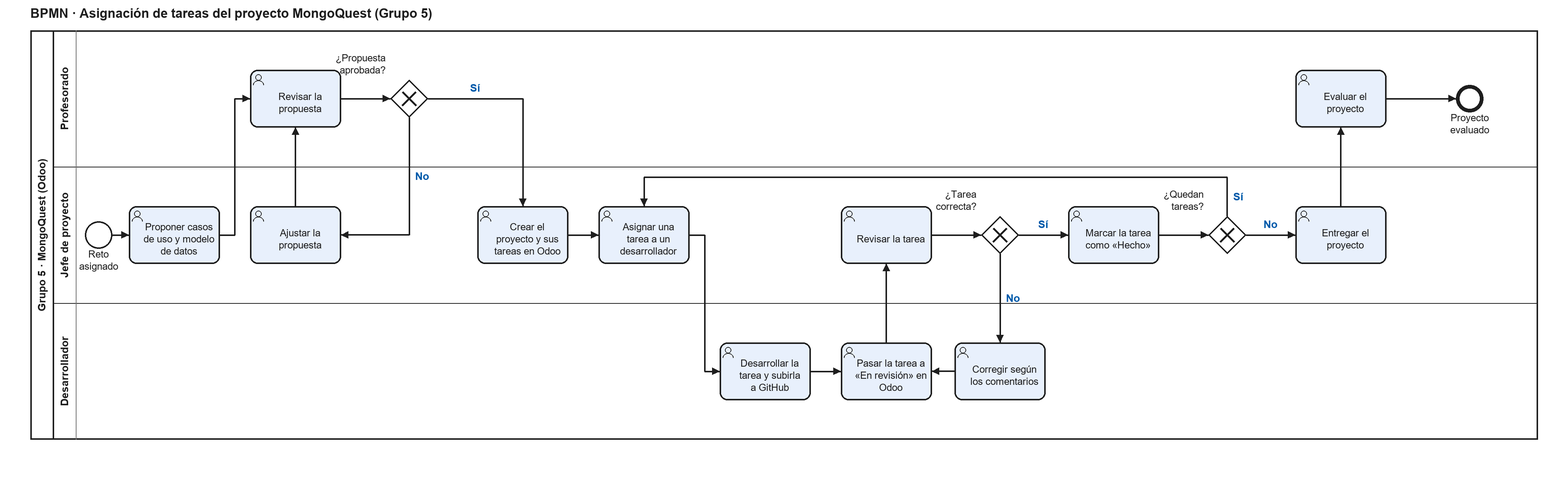
asiertartanga123-star/MongoQuestGrupo5 keeps this BPMN diagram as Documentos/Diagramas/2.6_BPMN_asignacion_tareas.png. Above is the earlier version. Its source is kept beside it as MongoQuest/docs/2.6_BPMN_asignacion_tareas.bpmn. Ids are renumbered.
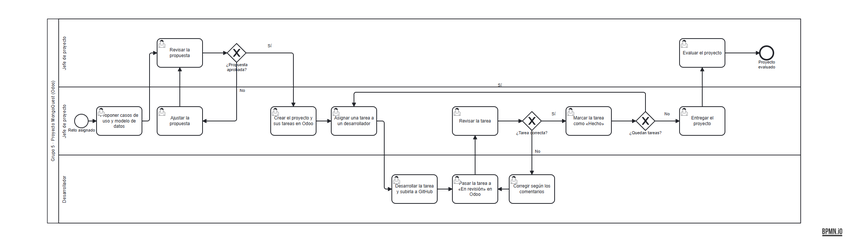
The same file after the commit.

The edit, as a diff of the source:
```diff
@@ -1,14 +1,13 @@
-<definitions xmlns="http://www.omg.org/spec/BPMN/20100524/MODEL" xmlns:bpmndi="http://www.omg.org/spec/BPMN/20100524/DI" xmlns:dc="http://www.omg.org/spec/DD/20100524/DC" xmlns:di="http://www.omg.org/spec/DD/20100524/DI" id="Defs_MongoQuest" targetNamespace="http://tolotologym.mongoquest/bpmn">
+<definitions xmlns="http://www.omg.org/spec/BPMN/20100524/MODEL" xmlns:bpmndi="http://www.omg.org/spec/BPMN/20100524/DI" xmlns:dc="http://www.omg.org/spec/DD/20100524/DC" xmlns:di="http://www.omg.org/spec/DD/20100524/DI" id="Defs_MongoQuest" targetNamespace="http://tolotologym.mongoquest/bpmn" exporter="bpmn-js (https://demo.bpmn.io)" exporterVersion="18.33.0">
   <collaboration id="Collab_1">
     <participant id="Pool_1" name="Grupo 5 · Proyecto MongoQuest (Odoo)" processRef="Proceso_AsignacionTareas" />
   </collaboration>
   <process id="Proceso_AsignacionTareas" name="Asignación de tareas del proyecto MongoQuest" isExecutable="false">
     <laneSet id="LaneSet_1">
-      <lane id="Lane_Prof" name="Profesorado">
-        <flowNodeRef>T_RevisarProp</flowNodeRef>
-        <flowNodeRef>G_Aprobada</flowNodeRef>
-        <flowNodeRef>T_Evaluar</flowNodeRef>
-        <flowNodeRef>End</flowNodeRef>
+      <lane id="Lane_Dev" name="Desarrollador">
+        <flowNodeRef>T_Desarrollar</flowNodeRef>
+        <flowNodeRef>T_EnRevision</flowNodeRef>
+        <flowNodeRef>T_Corregir</flowNodeRef>
       </lane>
       <lane id="Lane_JP" name="Jefe de proyecto">
         <flowNodeRef>Start</flowNodeRef>
@@ -22,10 +21,11 @@
         <flowNodeRef>G_Quedan</flowNodeRef>
         <flowNodeRef>T_Entregar</flowNodeRef>
       </lane>
-      <lane id="Lane_Dev" name="Desarrollador">
-        <flowNodeRef>T_Desarrollar</flowNodeRef>
-        <flowNodeRef>T_EnRevision</flowNodeRef>
-        <flowNodeRef>T_Corregir</flowNodeRef>
+      <lane id="Lane_Prof" name="Jefe de proyecto">
+        <flowNodeRef>T_RevisarProp</flowNodeRef>
+        <flowNodeRef>G_Aprobada</flowNodeRef>
+        <flowNodeRef>T_Evaluar</flowNodeRef>
+        <flowNodeRef>End</flowNodeRef>
       </lane>
     </laneSet>
     <startEvent id="Start" name="Reto asignado">
@@ -102,66 +102,207 @@
     </endEvent>
     <sequenceFlow id="Flow_01" sourceRef="Start" targetRef="T_Proponer" />
     <sequenceFlow id="Flow_02" sourceRef="T_Proponer" targetRef="T_RevisarProp" />
+    <sequenceFlow id="Flow_05" sourceRef="T_Ajustar" targetRef="T_RevisarProp" />
     <sequenceFlow id="Flow_03" sourceRef="T_RevisarProp" targetRef="G_Aprobada" />
     <sequenceFlow id="Flow_04" name="No" sourceRef="G_Aprobada" targetRef="T_Ajustar" />
-    <sequenceFlow id="Flow_05" sourceRef="T_Ajustar" targetRef="T_RevisarProp" />
     <sequenceFlow id="Flow_06" name="Sí" sourceRef="G_Aprobada" targetRef="T_CrearOdoo" />
     <sequenceFlow id="Flow_07" sourceRef="T_CrearOdoo" targetRef="T_Asignar" />
+    <sequenceFlow id="Flow_16" name="Sí" sourceRef="G_Quedan" targetRef="T_Asignar" />
     <sequenceFlow id="Flow_08" sourceRef="T_Asignar" targetRef="T_Desarrollar" />
     <sequenceFlow id="Flow_09" sourceRef="T_Desarrollar" targetRef="T_EnRevision" />
+    <sequenceFlow id="Flow_13" sourceRef="T_Corregir" targetRef="T_EnRevision" />
     <sequenceFlow id="Flow_10" sourceRef="T_EnRevision" targetRef="T_RevisarTarea" />
     <sequenceFlow id="Flow_11" sourceRef="T_RevisarTarea" targetRef="G_Correcta" />
     <sequenceFlow id="Flow_12" name="No" sourceRef="G_Correcta" targetRef="T_Corregir" />
-    <sequenceFlow id="Flow_13" sourceRef="T_Corregir" targetRef="T_EnRevision" />
     <sequenceFlow id="Flow_14" name="Sí" sourceRef="G_Correcta" targetRef="T_Hecho" />
     <sequenceFlow id="Flow_15" sourceRef="T_Hecho" targetRef="G_Quedan" />
-    <sequenceFlow id="Flow_16" name="Sí" sourceRef="G_Quedan" targetRef="T_Asignar" />
     <sequenceFlow id="Flow_17" name="No" sourceRef="G_Quedan" targetRef="T_Entregar" />
     <sequenceFlow id="Flow_18" sourceRef="T_Entregar" targetRef="T_Evaluar" />
     <sequenceFlow id="Flow_19" sourceRef="T_Evaluar" targetRef="End" />
   </process>
   <bpmndi:BPMNDiagram id="Diagram_1">
     <bpmndi:BPMNPlane id="Plane_1" bpmnElement="Collab_1">
-      <bpmndi:BPMNShape id="Pool_1_di" bpmnElement="Pool_1" isHorizontal="true"><dc:Bounds x="40" y="40" width="1990" height="540" /></bpmndi:BPMNShape>
-      <bpmndi:BPMNShape id="Lane_Prof_di" bpmnElement="Lane_Prof" isHorizontal="true"><dc:Bounds x="70" y="40" width="1960" height="180" /></bpmndi:BPMNShape>
-      <bpmndi:BPMNShape id="Lane_JP_di" bpmnElement="Lane_JP" isHorizontal="true"><dc:Bounds x="70" y="220" width="1960" height="180" /></bpmndi:BPMNShape>
-      <bpmndi:BPMNShape id="Lane_Dev_di" bpmnElement="Lane_Dev" isHorizontal="true"><dc:Bounds x="70" y="400" width="1960" height="180" /></bpmndi:BPMNShape>
-      <bpmndi:BPMNShape id="Start_di" bpmnElement="Start"><dc:Bounds x="112" y="292" width="36" height="36" /></bpmndi:BPMNShape>
-      <bpmndi:BPMNShape id="T_Proponer_di" bpmnElement="T_Proponer"><dc:Bounds x="170" y="272" width="120" height="76" /></bpmndi:BPMNShape>
-      <bpmndi:BPMNShape id="T_RevisarProp_di" bpmnElement="T_RevisarProp"><dc:Bounds x="330" y="92" width="120" height="76" /></bpmndi:BPMNShape>
-      <bpmndi:BPMNShape id="G_Aprobada_di" bpmnElement="G_Aprobada" isMarkerVisible="true"><dc:Bounds x="515" y="105" width="50" height="50" /></bpmndi:BPMNShape>
-      <bpmndi:BPMNShape id="T_Ajustar_di" bpmnElement="T_Ajustar"><dc:Bounds x="330" y="272" width="120" height="76" /></bpmndi:BPMNShape>
-      <bpmndi:BPMNShape id="T_CrearOdoo_di" bpmnElement="T_CrearOdoo"><dc:Bounds x="630" y="272" width="120" height="76" /></bpmndi:BPMNShape>
-      <bpmndi:BPMNShape id="T_Asignar_di" bpmnElement="T_Asignar"><dc:Bounds x="790" y="272" width="120" height="76" /></bpmndi:BPMNShape>
-      <bpmndi:BPMNShape id="T_Desarrollar_di" bpmnElement="T_Desarrollar"><dc:Bounds x="950" y="452" width="120" height="76" /></bpmndi:BPMNShape>
-      <bpmndi:BPMNShape id="T_EnRevision_di" bpmnElement="T_EnRevision"><dc:Bounds x="1110" y="452" width="120" height="76" /></bpmndi:BPMNShape>
-      <bpmndi:BPMNShape id="T_RevisarTarea_di" bpmnElement="T_RevisarTarea"><dc:Bounds x="1110" y="272" width="120" height="76" /></bpmndi:BPMNShape>
-      <bpmndi:BPMNShape id="G_Correcta_di" bpmnElement="G_Correcta" isMarkerVisible="true"><dc:Bounds x="1295" y="285" width="50" height="50" /></bpmndi:BPMNShape>
-      <bpmndi:BPMNShape id="T_Corregir_di" bpmnElement="T_Corregir"><dc:Bounds x="1260" y="452" width="120" height="76" /></bpmndi:BPMNShape>
-      <bpmndi:BPMNShape id="T_Hecho_di" bpmnElement="T_Hecho"><dc:Bounds x="1410" y="272" width="120" height="76" /></bpmndi:BPMNShape>
-      <bpmndi:BPMNShape id="G_Quedan_di" bpmnElement="G_Quedan" isMarkerVisible="true"><dc:Bounds x="1595" y="285" width="50" height="50" /></bpmndi:BPMNShape>
-      <bpmndi:BPMNShape id="T_Entregar_di" bpmnElement="T_Entregar"><dc:Bounds x="1710" y="272" width="120" height="76" /></bpmndi:BPMNShape>
-      <bpmndi:BPMNShape id="T_Evaluar_di" bpmnElement="T_Evaluar"><dc:Bounds x="1710" y="92" width="120" height="76" /></bpmndi:BPMNShape>
-      <bpmndi:BPMNShape id="End_di" bpmnElement="End"><dc:Bounds x="1922" y="112" width="36" height="36" /></bpmndi:BPMNShape>
-      <bpmndi:BPMNEdge id="Flow_01_di" bpmnElement="Flow_01"><di:waypoint x="148" y="310" /><di:waypoint x="170" y="310" /></bpmndi:BPMNEdge>
-      <bpmndi:BPMNEdge id="Flow_02_di" bpmnElement="Flow_02"><di:waypoint x="290" y="310" /><di:waypoint x="310" y="310" /><di:waypoint x="310" y="130" /><di:waypoint x="330" y="130" /></bpmndi:BPMNEdge>
-      <bpmndi:BPMNEdge id="Flow_03_di" bpmnElement="Flow_03"><di:waypoint x="450" y="130" /><di:waypoint x="515" y="130" /></bpmndi:BPMNEdge>
-      <bpmndi:BPMNEdge id="Flow_04_di" bpmnElement="Flow_04"><di:waypoint x="540" y="155" /><di:waypoint x="540" y="310" /><di:waypoint x="450" y="310" /></bpmndi:BPMNEdge>
-      <bpmndi:BPMNEdge id="Flow_05_di" bpmnElement="Flow_05"><di:waypoint x="390" y="272" /><di:waypoint x="390" y="168" /></bpmndi:BPMNEdge>
-      <bpmndi:BPMNEdge id="Flow_06_di" bpmnElement="Flow_06"><di:waypoint x="565" y="130" /><di:waypoint x="690" y="130" /><di:waypoint x="690" y="272" /></bpmndi:BPMNEdge>
-      <bpmndi:BPMNEdge id="Flow_07_di" bpmnElement="Flow_07"><di:waypoint x="750" y="310" /><di:waypoint x="790" y="310" /></bpmndi:BPMNEdge>
-      <bpmndi:BPMNEdge id="Flow_08_di" bpmnElement="Flow_08"><di:waypoint x="910" y="310" /><di:waypoint x="930" y="310" /><di:waypoint x="930" y="490" /><di:waypoint x="950" y="490" /></bpmndi:BPMNEdge>
-      <bpmndi:BPMNEdge id="Flow_09_di" bpmnElement="Flow_09"><di:waypoint x="1070" y="490" /><di:waypoint x="1110" y="490" /></bpmndi:BPMNEdge>
-      <bpmndi:BPMNEdge id="Flow_10_di" bpmnElement="Flow_10"><di:waypoint x="1170" y="452" /><di:waypoint x="1170" y="348" /></bpmndi:BPMNEdge>
-      <bpmndi:BPMNEdge id="Flow_11_di" bpmnElement="Flow_11"><di:waypoint x="1230" y="310" /><di:waypoint x="1295" y="310" /></bpmndi:BPMNEdge>
-      <bpmndi:BPMNEdge id="Flow_12_di" bpmnElement="Flow_12"><di:waypoint x="1320" y="335" /><di:waypoint x="1320" y="452" /></bpmndi:BPMNEdge>
-      <bpmndi:BPMNEdge id="Flow_13_di" bpmnElement="Flow_13"><di:waypoint x="1260" y="490" /><di:waypoint x="1230" y="490" /></bpmndi:BPMNEdge>
-      <bpmndi:BPMNEdge id="Flow_14_di" bpmnElement="Flow_14"><di:waypoint x="1345" y="310" /><di:waypoint x="1410" y="310" /></bpmndi:BPMNEdge>
-      <bpmndi:BPMNEdge id="Flow_15_di" bpmnElement="Flow_15"><di:waypoint x="1530" y="310" /><di:waypoint x="1595" y="310" /></bpmndi:BPMNEdge>
-      <bpmndi:BPMNEdge id="Flow_16_di" bpmnElement="Flow_16"><di:waypoint x="1620" y="285" /><di:waypoint x="1620" y="234" /><di:waypoint x="850" y="234" /><di:waypoint x="850" y="272" /></bpmndi:BPMNEdge>
-      <bpmndi:BPMNEdge id="Flow_17_di" bpmnElement="Flow_17"><di:waypoint x="1645" y="310" /><di:waypoint x="1710" y="310" /></bpmndi:BPMNEdge>
-      <bpmndi:BPMNEdge id="Flow_18_di" bpmnElement="Flow_18"><di:waypoint x="1770" y="272" /><di:waypoint x="1770" y="168" /></bpmndi:BPMNEdge>
-      <bpmndi:BPMNEdge id="Flow_19_di" bpmnElement="Flow_19"><di:waypoint x="1830" y="130" /><di:waypoint x="1922" y="130" /></bpmndi:BPMNEdge>
+      <bpmndi:BPMNShape id="Pool_1_di" bpmnElement="Pool_1" isHorizontal="true">
+        <dc:Bounds x="160" y="40" width="1990" height="540" />
+      </bpmndi:BPMNShape>
+      <bpmndi:BPMNShape id="Lane_Dev_di" bpmnElement="Lane_Dev" isHorizontal="true">
+        <dc:Bounds x="190" y="400" width="1960" height="180" />
+      </bpmndi:BPMNShape>
+      <bpmndi:BPMNShape id="Lane_JP_di" bpmnElement="Lane_JP" isHorizontal="true">
+        <dc:Bounds x="190" y="220" width="1960" height="180" />
+      </bpmndi:BPMNShape>
+      <bpmndi:BPMNShape id="Lane_Prof_di" bpmnElement="Lane_Prof" isHorizontal="true">
+        <dc:Bounds x="190" y="40" width="1960" height="180" />
+        <bpmndi:BPMNLabel />
+      </bpmndi:BPMNShape>
+      <bpmndi:BPMNShape id="Start_di" bpmnElement="Start">
+        <dc:Bounds x="232" y="292" width="36" height="36" />
+        <bpmndi:BPMNLabel>
+          <dc:Bounds x="215" y="328" width="71" height="14" />
+        </bpmndi:BPMNLabel>
+      </bpmndi:BPMNShape>
+      <bpmndi:BPMNShape id="T_Proponer_di" bpmnElement="T_Proponer">
+        <dc:Bounds x="290" y="272" width="120" height="76" />
+      </bpmndi:BPMNShape>
+      <bpmndi:BPMNShape id="T_RevisarProp_di" bpmnElement="T_RevisarProp">
+        <dc:Bounds x="450" y="92" width="120" height="76" />
+      </bpmndi:BPMNShape>
+      <bpmndi:BPMNShape id="G_Aprobada_di" bpmnElement="G_Aprobada" isMarkerVisible="true">
+        <dc:Bounds x="635" y="105" width="50" height="50" />
+        <bpmndi:BPMNLabel>
+          <dc:Bounds x="632" y="155" width="57" height="27" />
+        </bpmndi:BPMNLabel>
+      </bpmndi:BPMNShape>
+      <bpmndi:BPMNShape id="T_Ajustar_di" bpmnElement="T_Ajustar">
+        <dc:Bounds x="450" y="272" width="120" height="76" />
+      </bpmndi:BPMNShape>
+      <bpmndi:BPMNShape id="T_CrearOdoo_di" bpmnElement="T_CrearOdoo">
+        <dc:Bounds x="750" y="272" width="120" height="76" />
+      </bpmndi:BPMNShape>
+      <bpmndi:BPMNShape id="T_Asignar_di" bpmnElement="T_Asignar">
+        <dc:Bounds x="910" y="272" width="120" height="76" />
+      </bpmndi:BPMNShape>
+      <bpmndi:BPMNShape id="T_Desarrollar_di" bpmnElement="T_Desarrollar">
+        <dc:Bounds x="1070" y="452" width="120" height="76" />
+      </bpmndi:BPMNShape>
+      <bpmndi:BPMNShape id="T_EnRevision_di" bpmnElement="T_EnRevision">
+        <dc:Bounds x="1230" y="452" width="120" height="76" />
+      </bpmndi:BPMNShape>
+      <bpmndi:BPMNShape id="T_RevisarTarea_di" bpmnElement="T_RevisarTarea">
+        <dc:Bounds x="1230" y="272" width="120" height="76" />
+      </bpmndi:BPMNShape>
+      <bpmndi:BPMNShape id="G_Correcta_di" bpmnElement="G_Correcta" isMarkerVisible="true">
+        <dc:Bounds x="1415" y="285" width="50" height="50" />
+        <bpmndi:BPMNLabel>
+          <dc:Bounds x="1398" y="335" width="84" height="14" />
+        </bpmndi:BPMNLabel>
+      </bpmndi:BPMNShape>
+      <bpmndi:BPMNShape id="T_Corregir_di" bpmnElement="T_Corregir">
+        <dc:Bounds x="1380" y="452" width="120" height="76" />
+      </bpmndi:BPMNShape>
+      <bpmndi:BPMNShape id="T_Hecho_di" bpmnElement="T_Hecho">
+        <dc:Bounds x="1530" y="272" width="120" height="76" />
+      </bpmndi:BPMNShape>
+      <bpmndi:BPMNShape id="G_Quedan_di" bpmnElement="G_Quedan" isMarkerVisible="true">
+        <dc:Bounds x="1715" y="285" width="50" height="50" />
+        <bpmndi:BPMNLabel>
+          <dc:Bounds x="1697" y="335" width="86" height="14" />
+        </bpmndi:BPMNLabel>
+      </bpmndi:BPMNShape>
+      <bpmndi:BPMNShape id="T_Entregar_di" bpmnElement="T_Entregar">
+        <dc:Bounds x="1830" y="272" width="120" height="76" />
+      </bpmndi:BPMNShape>
+      <bpmndi:BPMNShape id="T_Evaluar_di" bpmnElement="T_Evaluar">
+        <dc:Bounds x="1830" y="92" width="120" height="76" />
+      </bpmndi:BPMNShape>
+      <bpmndi:BPMNShape id="End_di" bpmnElement="End">
+        <dc:Bounds x="2042" y="112" width="36" height="36" />
+        <bpmndi:BPMNLabel>
+          <dc:Bounds x="2038" y="148" width="45" height="27" />
+        </bpmndi:BPMNLabel>
+      </bpmndi:BPMNShape>
+      <bpmndi:BPMNEdge id="Flow_01_di" bpmnElement="Flow_01">
+        <di:waypoint x="268" y="310" />
+        <di:waypoint x="290" y="310" />
+      </bpmndi:BPMNEdge>
+      <bpmndi:BPMNEdge id="Flow_02_di" bpmnElement="Flow_02">
+        <di:waypoint x="410" y="310" />
+        <di:waypoint x="430" y="310" />
+        <di:waypoint x="430" y="130" />
+        <di:waypoint x="450" y="130" />
+      </bpmndi:BPMNEdge>
+      <bpmndi:BPMNEdge id="Flow_03_di" bpmnElement="Flow_03">
+        <di:waypoint x="570" y="130" />
+        <di:waypoint x="635" y="130" />
+      </bpmndi:BPMNEdge>
+      <bpmndi:BPMNEdge id="Flow_04_di" bpmnElement="Flow_04">
+        <di:waypoint x="660" y="155" />
+        <di:waypoint x="660" y="310" />
+        <di:waypoint x="570" y="310" />
+        <bpmndi:BPMNLabel>
+          <dc:Bounds x="668" y="223" width="15" height="14" />
+        </bpmndi:BPMNLabel>
+      </bpmndi:BPMNEdge>
+      <bpmndi:BPMNEdge id="Flow_05_di" bpmnElement="Flow_05">
+        <di:waypoint x="510" y="272" />
+        <di:waypoint x="510" y="168" />
+      </bpmndi:BPMNEdge>
+      <bpmndi:BPMNEdge id="Flow_06_di" bpmnElement="Flow_06">
+        <di:waypoint x="685" y="130" />
+        <di:waypoint x="810" y="130" />
+        <di:waypoint x="810" y="272" />
+        <bpmndi:BPMNLabel>
+          <dc:Bounds x="742" y="105" width="11" height="14" />
+        </bpmndi:BPMNLabel>
+      </bpmndi:BPMNEdge>
+      <bpmndi:BPMNEdge id="Flow_07_di" bpmnElement="Flow_07">
+        <di:waypoint x="870" y="310" />
+        <di:waypoint x="910" y="310" />
+      </bpmndi:BPMNEdge>
+      <bpmndi:BPMNEdge id="Flow_08_di" bpmnElement="Flow_08">
+        <di:waypoint x="1030" y="310" />
+        <di:waypoint x="1050" y="310" />
+        <di:waypoint x="1050" y="490" />
+        <di:waypoint x="1070" y="490" />
+      </bpmndi:BPMNEdge>
+      <bpmndi:BPMNEdge id="Flow_09_di" bpmnElement="Flow_09">
+        <di:waypoint x="1190" y="490" />
+        <di:waypoint x="1230" y="490" />
+      </bpmndi:BPMNEdge>
+      <bpmndi:BPMNEdge id="Flow_10_di" bpmnElement="Flow_10">
+        <di:waypoint x="1290" y="452" />
+        <di:waypoint x="1290" y="348" />
+      </bpmndi:BPMNEdge>
+      <bpmndi:BPMNEdge id="Flow_11_di" bpmnElement="Flow_11">
+        <di:waypoint x="1350" y="310" />
+        <di:waypoint x="1415" y="310" />
+      </bpmndi:BPMNEdge>
+      <bpmndi:BPMNEdge id="Flow_12_di" bpmnElement="Flow_12">
+        <di:waypoint x="1440" y="335" />
+        <di:waypoint x="1440" y="452" />
+        <bpmndi:BPMNLabel>
+          <dc:Bounds x="1448" y="384" width="15" height="14" />
+        </bpmndi:BPMNLabel>
+      </bpmndi:BPMNEdge>
+      <bpmndi:BPMNEdge id="Flow_13_di" bpmnElement="Flow_13">
+        <di:waypoint x="1380" y="490" />
+        <di:waypoint x="1350" y="490" />
+      </bpmndi:BPMNEdge>
+      <bpmndi:BPMNEdge id="Flow_14_di" bpmnElement="Flow_14">
+        <di:waypoint x="1465" y="310" />
+        <di:waypoint x="1530" y="310" />
+        <bpmndi:BPMNLabel>
+          <dc:Bounds x="1492" y="285" width="11" height="14" />
+        </bpmndi:BPMNLabel>
+      </bpmndi:BPMNEdge>
+      <bpmndi:BPMNEdge id="Flow_15_di" bpmnElement="Flow_15">
+        <di:waypoint x="1650" y="310" />
+        <di:waypoint x="1715" y="310" />
+      </bpmndi:BPMNEdge>
+      <bpmndi:BPMNEdge id="Flow_16_di" bpmnElement="Flow_16">
+        <di:waypoint x="1740" y="285" />
+        <di:waypoint x="1740" y="234" />
+        <di:waypoint x="970" y="234" />
+        <di:waypoint x="970" y="272" />
+        <bpmndi:BPMNLabel>
+          <dc:Bounds x="1350" y="209" width="11" height="14" />
+        </bpmndi:BPMNLabel>
+      </bpmndi:BPMNEdge>
+      <bpmndi:BPMNEdge id="Flow_17_di" bpmnElement="Flow_17">
+        <di:waypoint x="1765" y="310" />
+        <di:waypoint x="1830" y="310" />
+        <bpmndi:BPMNLabel>
+          <dc:Bounds x="1790" y="285" width="15" height="14" />
+        </bpmndi:BPMNLabel>
+      </bpmndi:BPMNEdge>
+      <bpmndi:BPMNEdge id="Flow_18_di" bpmnElement="Flow_18">
+        <di:waypoint x="1890" y="272" />
+        <di:waypoint x="1890" y="168" />
+      </bpmndi:BPMNEdge>
+      <bpmndi:BPMNEdge id="Flow_19_di" bpmnElement="Flow_19">
+        <di:waypoint x="1950" y="130" />
+        <di:waypoint x="2042" y="130" />
+      </bpmndi:BPMNEdge>
     </bpmndi:BPMNPlane>
   </bpmndi:BPMNDiagram>
 </definitions>
```
